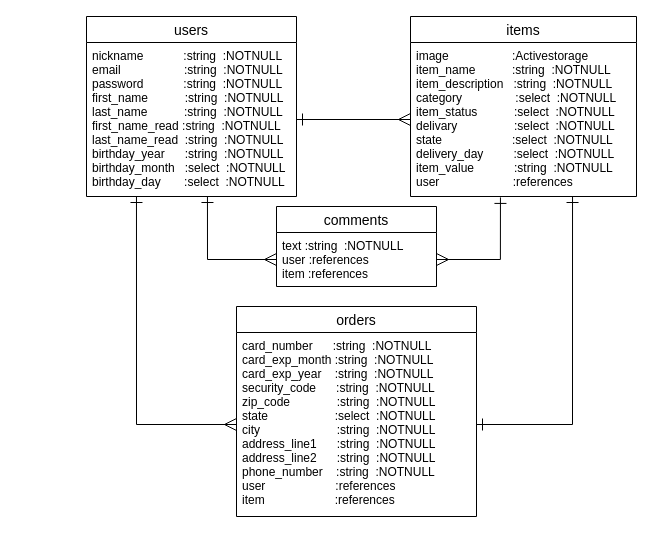
Above: ER.dio in akmark1/furima-34843 (draw.io), before the change. Source tidied: cells renumbered, new cells numbered last; positions are measured from the earlier drawing's top-left corner, leaving out a move shared by most shapes. Both pictures are drawn from the tidied source at 100%, with x=0, y=0 at pixel (86, 16).
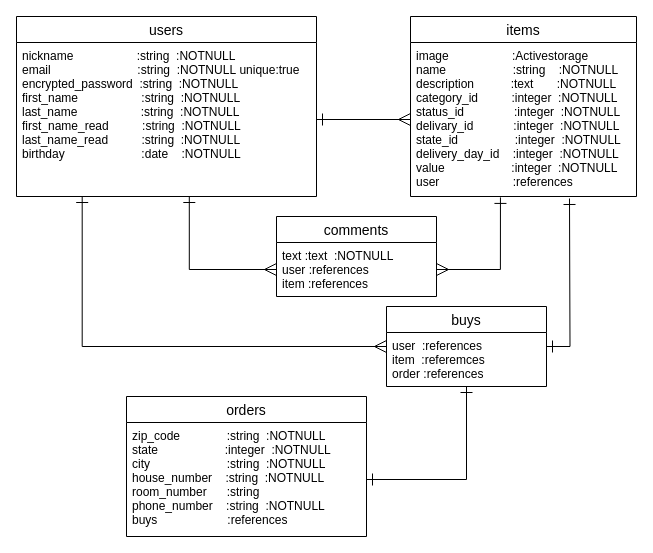
After the change.

Diff of the diagram source:
```diff
@@
 <mxGraphModel>
   <root>
     <mxCell id="0" />
     <mxCell id="1" parent="0" />
     <mxCell id="2" value="users" style="swimlane;fontStyle=0;horizontal=1;startSize=26;align=center;fontSize=14;" parent="1" vertex="1">
-      <mxGeometry width="210" height="180" as="geometry" />
+      <mxGeometry x="-70" width="300" height="180" as="geometry" />
     </mxCell>
-    <mxCell id="3" value="nickname            :string  :NOTNULL&#10;email                   :string  :NOTNULL&#10;password            :string  :NOTNULL&#10;first_name           :string  :NOTNULL&#10;last_name           :string  :NOTNULL&#10;first_name_read :string  :NOTNULL&#10;last_name_read  :string  :NOTNULL&#10;birthday_year      :string  :NOTNULL&#10;birthday_month   :select  :NOTNULL&#10;birthday_day       :select  :NOTNULL" style="text;strokeColor=none;fillColor=none;spacingLeft=4;spacingRight=4;overflow=hidden;points=[[0,0.5],[1,0.5]];portConstraint=eastwest;fontSize=12;" parent="2" vertex="1">
-      <mxGeometry y="26" width="210" height="154" as="geometry" />
+    <mxCell id="3" value="nickname                   :string  :NOTNULL&#10;email                          :string  :NOTNULL unique:true&#10;encrypted_password  :string  :NOTNULL&#10;first_name                   :string  :NOTNULL&#10;last_name                   :string  :NOTNULL&#10;first_name_read          :string  :NOTNULL&#10;last_name_read          :string  :NOTNULL&#10;birthday                       :date    :NOTNULL" style="text;strokeColor=none;fillColor=none;spacingLeft=4;spacingRight=4;overflow=hidden;points=[[0,0.5],[1,0.5]];portConstraint=eastwest;fontSize=12;" parent="2" vertex="1">
+      <mxGeometry y="26" width="300" height="154" as="geometry" />
     </mxCell>
     <mxCell id="4" value="items" style="swimlane;fontStyle=0;horizontal=1;startSize=26;align=center;fontSize=14;" parent="1" vertex="1">
       <mxGeometry x="324" width="226" height="180" as="geometry" />
     </mxCell>
-    <mxCell id="5" value="image                   :Activestorage&#10;item_name           :string  :NOTNULL&#10;item_description   :string  :NOTNULL&#10;category                :select  :NOTNULL&#10;item_status           :select  :NOTNULL&#10;delivary                 :select  :NOTNULL&#10;state                     :select  :NOTNULL&#10;delivery_day         :select  :NOTNULL&#10;item_value            :string  :NOTNULL&#10;user                      :references&#10;" style="text;strokeColor=none;fillColor=none;spacingLeft=4;spacingRight=4;overflow=hidden;points=[[0,0.5],[1,0.5]];portConstraint=eastwest;fontSize=12;" parent="4" vertex="1">
+    <mxCell id="5" value="image                   :Activestorage&#10;name                    :string    :NOTNULL&#10;description           :text       :NOTNULL&#10;category_id          :integer  :NOTNULL&#10;status_id               :integer  :NOTNULL&#10;delivary_id            :integer  :NOTNULL&#10;state_id                 :integer  :NOTNULL&#10;delivery_day_id    :integer  :NOTNULL&#10;value                    :integer  :NOTNULL&#10;user                      :references&#10;" style="text;strokeColor=none;fillColor=none;spacingLeft=4;spacingRight=4;overflow=hidden;points=[[0,0.5],[1,0.5]];portConstraint=eastwest;fontSize=12;" parent="4" vertex="1">
       <mxGeometry y="26" width="226" height="154" as="geometry" />
     </mxCell>
     <mxCell id="6" value="comments" style="swimlane;fontStyle=0;horizontal=1;startSize=26;align=center;fontSize=14;" parent="1" vertex="1">
-      <mxGeometry x="190" y="190" width="160" height="80" as="geometry" />
+      <mxGeometry x="190" y="200" width="160" height="80" as="geometry" />
     </mxCell>
-    <mxCell id="7" value="text :string  :NOTNULL&#10;user :references&#10;item :references" style="text;strokeColor=none;fillColor=none;spacingLeft=4;spacingRight=4;overflow=hidden;points=[[0,0.5],[1,0.5]];portConstraint=eastwest;fontSize=12;" parent="6" vertex="1">
+    <mxCell id="7" value="text :text  :NOTNULL&#10;user :references&#10;item :references" style="text;strokeColor=none;fillColor=none;spacingLeft=4;spacingRight=4;overflow=hidden;points=[[0,0.5],[1,0.5]];portConstraint=eastwest;fontSize=12;" parent="6" vertex="1">
       <mxGeometry y="26" width="160" height="54" as="geometry" />
     </mxCell>
     <mxCell id="8" style="edgeStyle=orthogonalEdgeStyle;rounded=0;jettySize=auto;html=1;exitX=1;exitY=0.5;exitDx=0;exitDy=0;entryX=0;entryY=0.5;entryDx=0;entryDy=0;endArrow=ERmany;endFill=0;startArrow=ERone;startFill=0;startSize=10;endSize=10;" parent="1" edge="1" source="3" target="5">
       <mxGeometry relative="1" as="geometry" />
     </mxCell>
     <mxCell id="9" style="edgeStyle=orthogonalEdgeStyle;rounded=0;jettySize=auto;html=1;entryX=0.398;entryY=1.006;entryDx=0;entryDy=0;entryPerimeter=0;startArrow=ERmany;startFill=0;startSize=10;endArrow=ERone;endFill=0;endSize=10;" parent="1" edge="1" source="7" target="5">
       <mxGeometry relative="1" as="geometry" />
     </mxCell>
     <mxCell id="10" style="edgeStyle=orthogonalEdgeStyle;rounded=0;jettySize=auto;html=1;entryX=0.576;entryY=1;entryDx=0;entryDy=0;entryPerimeter=0;startArrow=ERmany;startFill=0;startSize=10;endArrow=ERone;endFill=0;endSize=10;" parent="1" edge="1" source="7" target="3">
       <mxGeometry relative="1" as="geometry" />
     </mxCell>
     <mxCell id="11" value="orders" style="swimlane;fontStyle=0;horizontal=1;startSize=26;align=center;fontSize=14;" parent="1" vertex="1">
-      <mxGeometry x="150" y="290" width="240" height="210" as="geometry" />
+      <mxGeometry x="40" y="380" width="240" height="140" as="geometry" />
     </mxCell>
-    <mxCell id="12" value="card_number      :string  :NOTNULL&#10;card_exp_month :string  :NOTNULL&#10;card_exp_year    :string  :NOTNULL&#10;security_code      :string  :NOTNULL&#10;zip_code              :string  :NOTNULL&#10;state                    :select  :NOTNULL&#10;city                       :string  :NOTNULL&#10;address_line1      :string  :NOTNULL&#10;address_line2      :string  :NOTNULL&#10;phone_number    :string  :NOTNULL&#10;user                     :references&#10;item                     :references" style="text;strokeColor=none;fillColor=none;spacingLeft=4;spacingRight=4;overflow=hidden;points=[[0,0.5],[1,0.5]];portConstraint=eastwest;fontSize=12;" parent="11" vertex="1">
-      <mxGeometry y="26" width="240" height="184" as="geometry" />
+    <mxCell id="12" value="zip_code              :string  :NOTNULL&#10;state                    :integer  :NOTNULL&#10;city                       :string  :NOTNULL&#10;house_number    :string  :NOTNULL&#10;room_number      :string&#10;phone_number    :string  :NOTNULL&#10;buys                     :references" style="text;strokeColor=none;fillColor=none;spacingLeft=4;spacingRight=4;overflow=hidden;points=[[0,0.5],[1,0.5]];portConstraint=eastwest;fontSize=12;" parent="11" vertex="1">
+      <mxGeometry y="26" width="240" height="114" as="geometry" />
     </mxCell>
-    <mxCell id="13" style="edgeStyle=orthogonalEdgeStyle;rounded=0;jettySize=auto;html=1;entryX=0.717;entryY=1;entryDx=0;entryDy=0;entryPerimeter=0;startArrow=ERone;startFill=0;startSize=10;endArrow=ERone;endFill=0;endSize=10;" parent="1" edge="1" source="12" target="5">
-      <mxGeometry relative="1" as="geometry" />
-    </mxCell>
-    <mxCell id="14" style="edgeStyle=orthogonalEdgeStyle;rounded=0;jettySize=auto;html=1;entryX=0.238;entryY=1;entryDx=0;entryDy=0;entryPerimeter=0;startArrow=ERmany;startFill=0;startSize=10;endArrow=ERone;endFill=0;endSize=10;" parent="1" edge="1" source="12" target="3">
-      <mxGeometry relative="1" as="geometry" />
-    </mxCell>
+    <mxCell id="15" style="edgeStyle=orthogonalEdgeStyle;rounded=0;jettySize=auto;html=1;endArrow=ERone;endFill=0;startArrow=ERone;startFill=0;endSize=10;startSize=10;" parent="1" edge="1" source="18">
+      <mxGeometry relative="1" as="geometry">
+        <mxPoint x="483" y="182" as="targetPoint" />
+      </mxGeometry>
+    </mxCell>
+    <mxCell id="16" style="edgeStyle=orthogonalEdgeStyle;rounded=0;jettySize=auto;html=1;startArrow=ERone;startFill=0;endArrow=ERone;endFill=0;endSize=10;startSize=10;" parent="1" edge="1" source="18" target="12">
+      <mxGeometry relative="1" as="geometry" />
+    </mxCell>
+    <mxCell id="17" style="edgeStyle=orthogonalEdgeStyle;rounded=0;jettySize=auto;html=1;entryX=0.219;entryY=1;entryDx=0;entryDy=0;entryPerimeter=0;startArrow=ERmany;startFill=0;endArrow=ERone;endFill=0;endSize=10;startSize=10;" parent="1" edge="1" source="18" target="3">
+      <mxGeometry relative="1" as="geometry">
+        <Array as="points">
+          <mxPoint x="-4" y="330" />
+        </Array>
+      </mxGeometry>
+    </mxCell>
+    <mxCell id="18" value="buys" style="swimlane;fontStyle=0;horizontal=1;startSize=26;align=center;fontSize=14;" parent="1" vertex="1">
+      <mxGeometry x="300" y="290" width="160" height="80" as="geometry" />
+    </mxCell>
+    <mxCell id="19" value="user  :references&#10;item  :referemces&#10;order :references" style="text;strokeColor=none;fillColor=none;spacingLeft=4;spacingRight=4;overflow=hidden;fontSize=12;" parent="18" vertex="1">
+      <mxGeometry y="26" width="160" height="54" as="geometry" />
+    </mxCell>
   </root>
 </mxGraphModel>
```
